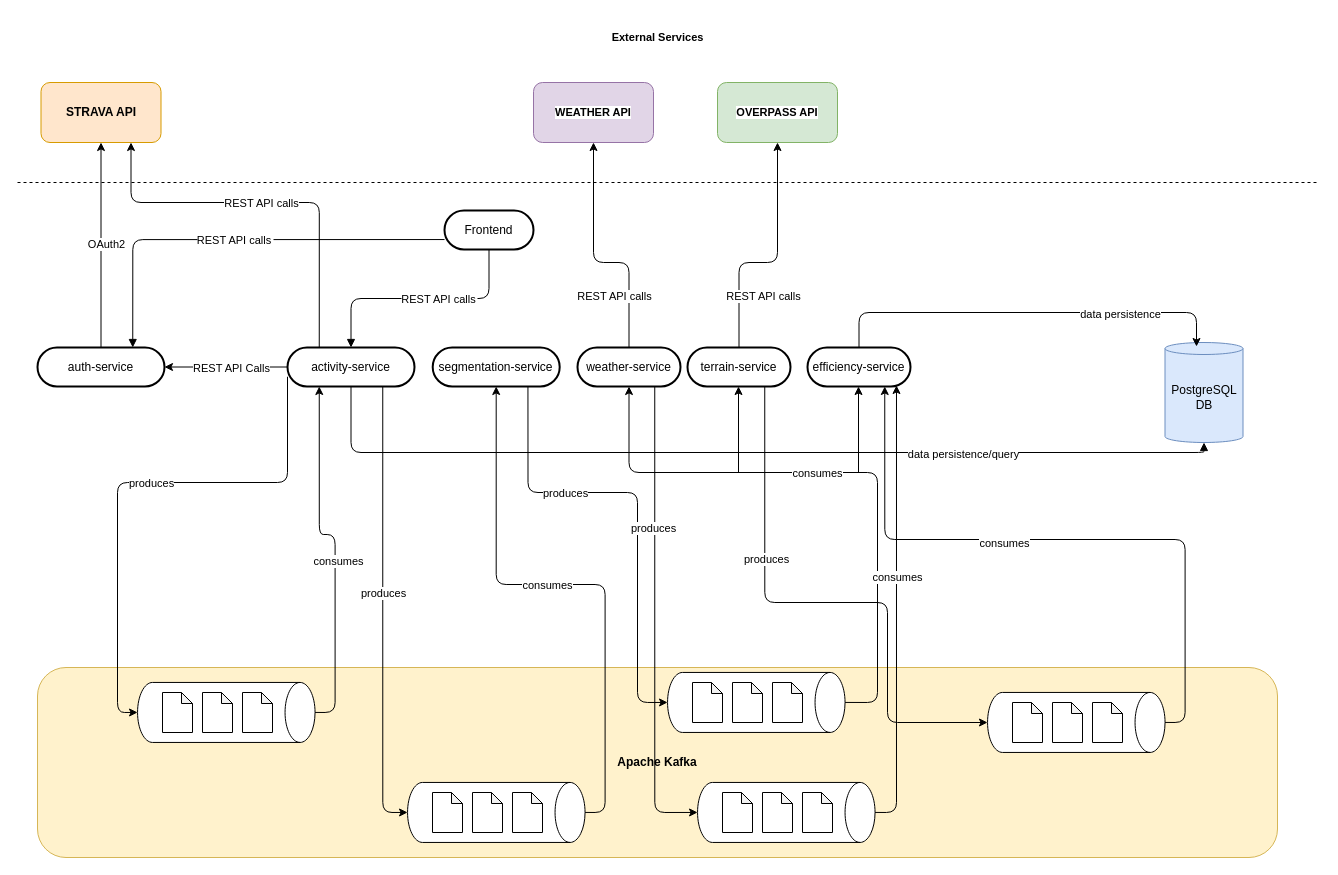
Earlier version of the draw.io diagram docs/Architecture.drawio (costanzazanoletti/trailmetrics). Source tidied: cells renumbered, new cells numbered last; positions are measured from the earlier drawing's top-left corner, leaving out a move shared by most shapes. Both pictures are drawn from the tidied source at 100%, with x=0, y=0 at pixel (17, 22).
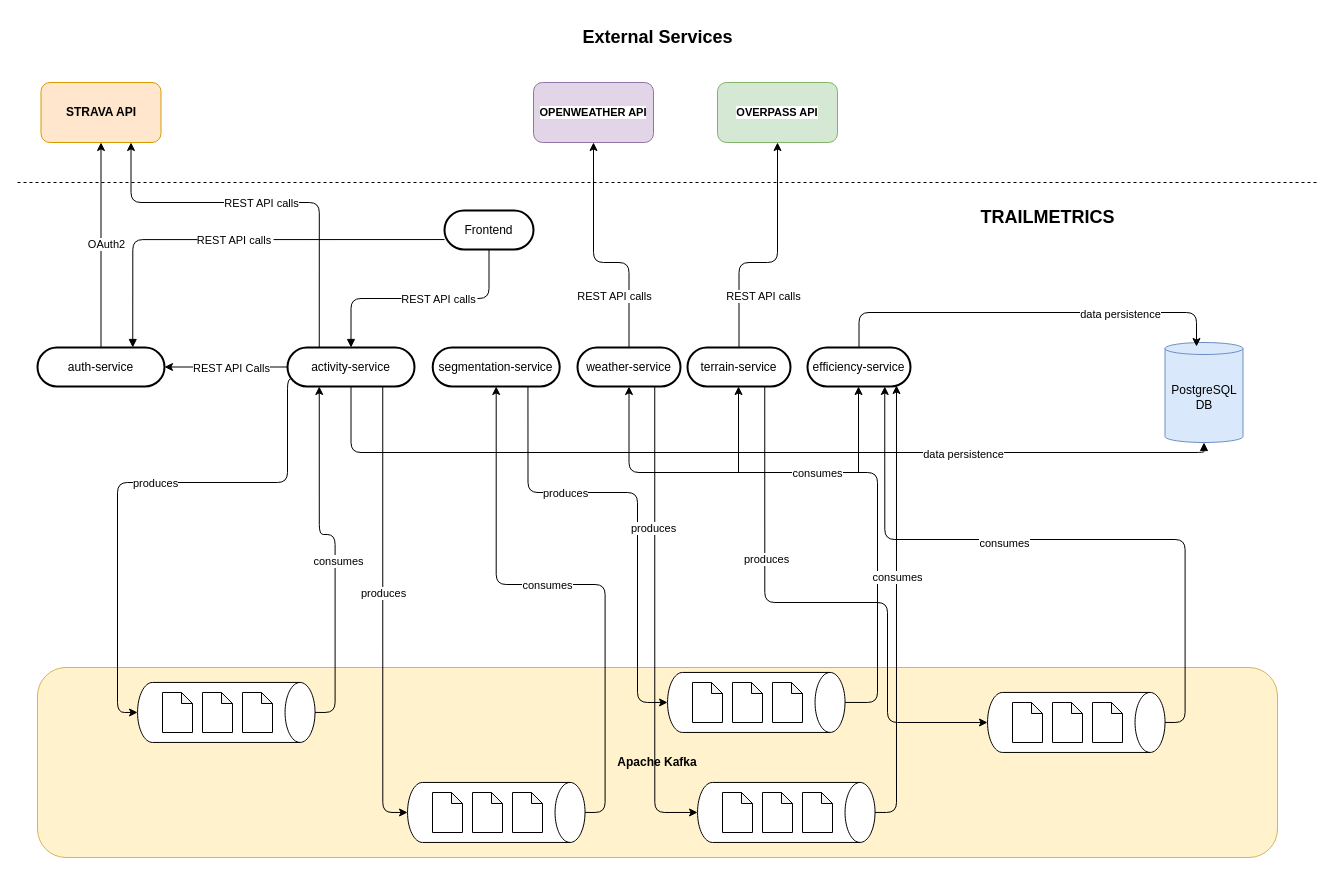
The same diagram, later.

Commit message (it also covers changes not shown here):
Doc: new diagrams, updated README.md, clean dependencies

The change refers to these unchanged cells:
```xml
<mxCell id="13" value="activity-service" style="rounded=1;whiteSpace=wrap;arcSize=50;strokeWidth=2;" parent="1" vertex="1">
  <mxGeometry x="270" y="325" width="127" height="39" as="geometry" />
</mxCell>
<mxCell id="20" style="startArrow=none;endArrow=block;exitX=0.5;exitY=1;entryX=0.5;entryY=1;entryDx=0;entryDy=0;entryPerimeter=0;edgeStyle=orthogonalEdgeStyle;" parent="1" edge="1" source="13" target="23">
  <mxGeometry y="-8" relative="1" as="geometry">
    <mxPoint x="1" as="offset" />
  </mxGeometry>
</mxCell>
<mxCell id="49" style="shape=cylinder3;whiteSpace=wrap;html=1;boundedLbl=1;backgroundOutline=1;size=15;rotation=90;" parent="48" vertex="1">
  <mxGeometry x="58.8" y="-58.8" width="60" height="177.5" as="geometry" />
</mxCell>
```

The edit, as a diff of the source:
```diff
@@
-    <mxCell id="9" style="rounded=1;jettySize=auto;html=1;entryX=0.5;entryY=1;entryDx=0;entryDy=0;entryPerimeter=0;edgeStyle=orthogonalEdgeStyle;exitX=0;exitY=0.75;exitDx=0;exitDy=0;curved=0;" parent="1" edge="1" source="13" target="49">
+    <mxCell id="9" style="rounded=1;jettySize=auto;html=1;entryX=0.5;entryY=1;entryDx=0;entryDy=0;entryPerimeter=0;edgeStyle=orthogonalEdgeStyle;exitX=0.063;exitY=0.795;exitDx=0;exitDy=0;curved=0;exitPerimeter=0;" parent="1" edge="1" source="13" target="49">
       <mxGeometry relative="1" as="geometry">
         <Array as="points">
+          <mxPoint x="270" y="356" />
           <mxPoint x="270" y="460" />
           <mxPoint x="100" y="460" />
           <mxPoint x="100" y="690" />
         </Array>
       </mxGeometry>
     </mxCell>
@@
-    <mxCell id="21" value="data persistence/query" style="edgeLabel;html=1;align=center;verticalAlign=middle;fontFamily=Helvetica;fontSize=11;fontColor=default;labelBackgroundColor=default;" parent="20" vertex="1">
+    <mxCell id="21" value="data persistence" style="edgeLabel;html=1;align=center;verticalAlign=middle;fontFamily=Helvetica;fontSize=11;fontColor=default;labelBackgroundColor=default;" parent="20" vertex="1">
       <mxGeometry x="0.63" y="-1" relative="1" as="geometry">
         <mxPoint x="-79" as="offset" />
       </mxGeometry>
     </mxCell>
@@
-    <mxCell id="73" value="&lt;b&gt;WEATHER API&lt;/b&gt;" style="rounded=1;whiteSpace=wrap;html=1;fontFamily=Helvetica;fontSize=11;labelBackgroundColor=default;fillColor=#e1d5e7;strokeColor=#9673a6;" parent="1" vertex="1">
+    <mxCell id="73" value="&lt;b&gt;OPENWEATHER API&lt;/b&gt;" style="rounded=1;whiteSpace=wrap;html=1;fontFamily=Helvetica;fontSize=11;labelBackgroundColor=default;fillColor=#e1d5e7;strokeColor=#9673a6;" parent="1" vertex="1">
       <mxGeometry x="516" y="60" width="120" height="60" as="geometry" />
     </mxCell>
@@
-    <mxCell id="76" value="&lt;b&gt;External Services&lt;/b&gt;" style="text;html=1;align=center;verticalAlign=middle;strokeColor=none;fillColor=none;fontFamily=Helvetica;fontSize=11;fontColor=default;labelBackgroundColor=default;" parent="1" vertex="1">
-      <mxGeometry x="580" width="120" height="30" as="geometry" />
+    <mxCell id="76" value="&lt;b&gt;&lt;font style=&quot;font-size: 18px;&quot;&gt;External Services&lt;/font&gt;&lt;/b&gt;" style="text;html=1;align=center;verticalAlign=middle;strokeColor=none;fillColor=none;fontFamily=Helvetica;fontSize=11;fontColor=default;labelBackgroundColor=default;" parent="1" vertex="1">
+      <mxGeometry x="555" y="-5" width="170" height="40" as="geometry" />
     </mxCell>
@@
+    <mxCell id="79" value="&lt;b&gt;&lt;font style=&quot;font-size: 18px;&quot;&gt;TRAILMETRICS&lt;/font&gt;&lt;/b&gt;" style="text;html=1;align=center;verticalAlign=middle;strokeColor=none;fillColor=none;fontFamily=Helvetica;fontSize=11;fontColor=default;labelBackgroundColor=default;" parent="1" vertex="1">
+      <mxGeometry x="950" y="175" width="160" height="40" as="geometry" />
+    </mxCell>
```
